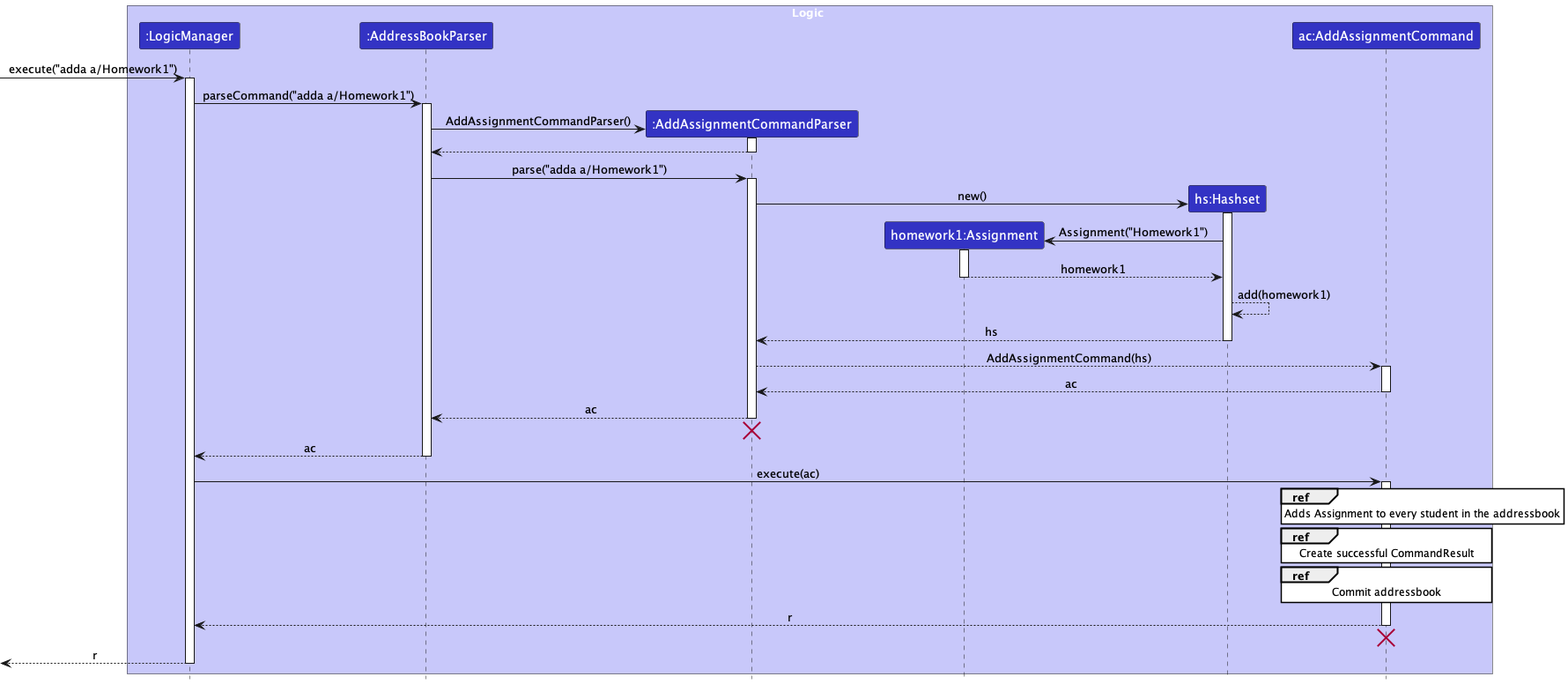
shamesjen/tp keeps this PlantUML diagram as docs/assets/dg/AddAssignmentSequenceDiagram.png. Above is the earlier version. Source of this version:
```plantuml
@startuml
!include style.puml
skinparam ArrowFontStyle plain
skinparam sequenceReferenceBackgroundColor white

box Logic LOGIC_COLOR_T1
participant ":LogicManager" as LogicManager LOGIC_COLOR
participant ":AddressBookParser" as AddressBookParser LOGIC_COLOR
participant ":AddAssignmentCommandParser" as AddAssignmentCommandParser LOGIC_COLOR
participant "homework1:Assignment" as Assignment LOGIC_COLOR
participant "hs:Hashset" as Hashset LOGIC_COLOR
participant "ac:AddAssignmentCommand" as AddAssignmentCommand LOGIC_COLOR
end box

[-> LogicManager : execute("adda a/Homework1")
activate LogicManager

LogicManager -> AddressBookParser : parseCommand("adda a/Homework1")
activate AddressBookParser

create AddAssignmentCommandParser
AddressBookParser -> AddAssignmentCommandParser : AddAssignmentCommandParser()
activate AddAssignmentCommandParser

AddAssignmentCommandParser --> AddressBookParser
deactivate AddAssignmentCommandParser

AddressBookParser -> AddAssignmentCommandParser : parse("adda a/Homework1")
activate AddAssignmentCommandParser

create Hashset
AddAssignmentCommandParser -> Hashset : new()
activate Hashset

create Assignment
Hashset -> Assignment : Assignment("Homework1")
activate Assignment
Assignment --> Hashset : homework1
deactivate Assignment

Hashset --> Hashset : add(homework1)
Hashset --> AddAssignmentCommandParser : hs
deactivate Hashset


AddAssignmentCommandParser --> AddAssignmentCommand : AddAssignmentCommand(hs)
activate AddAssignmentCommand
AddAssignmentCommand --> AddAssignmentCommandParser : ac
deactivate AddAssignmentCommand


AddAssignmentCommandParser --> AddressBookParser : ac
deactivate AddAssignmentCommandParser
AddAssignmentCommandParser -[hidden]-> AddressBookParser
destroy AddAssignmentCommandParser

AddressBookParser --> LogicManager : ac
deactivate AddressBookParser

LogicManager -> AddAssignmentCommand : execute(ac)
activate AddAssignmentCommand

ref over AddAssignmentCommand : Adds Assignment to every student in the addressbook

ref over AddAssignmentCommand : Create successful CommandResult

ref over AddAssignmentCommand : Commit addressbook

AddAssignmentCommand --> LogicManager : r
deactivate AddAssignmentCommand
AddAssignmentCommand -[hidden]-> LogicManager
destroy AddAssignmentCommand

[<--LogicManager : r
deactivate LogicManager
@enduml
```
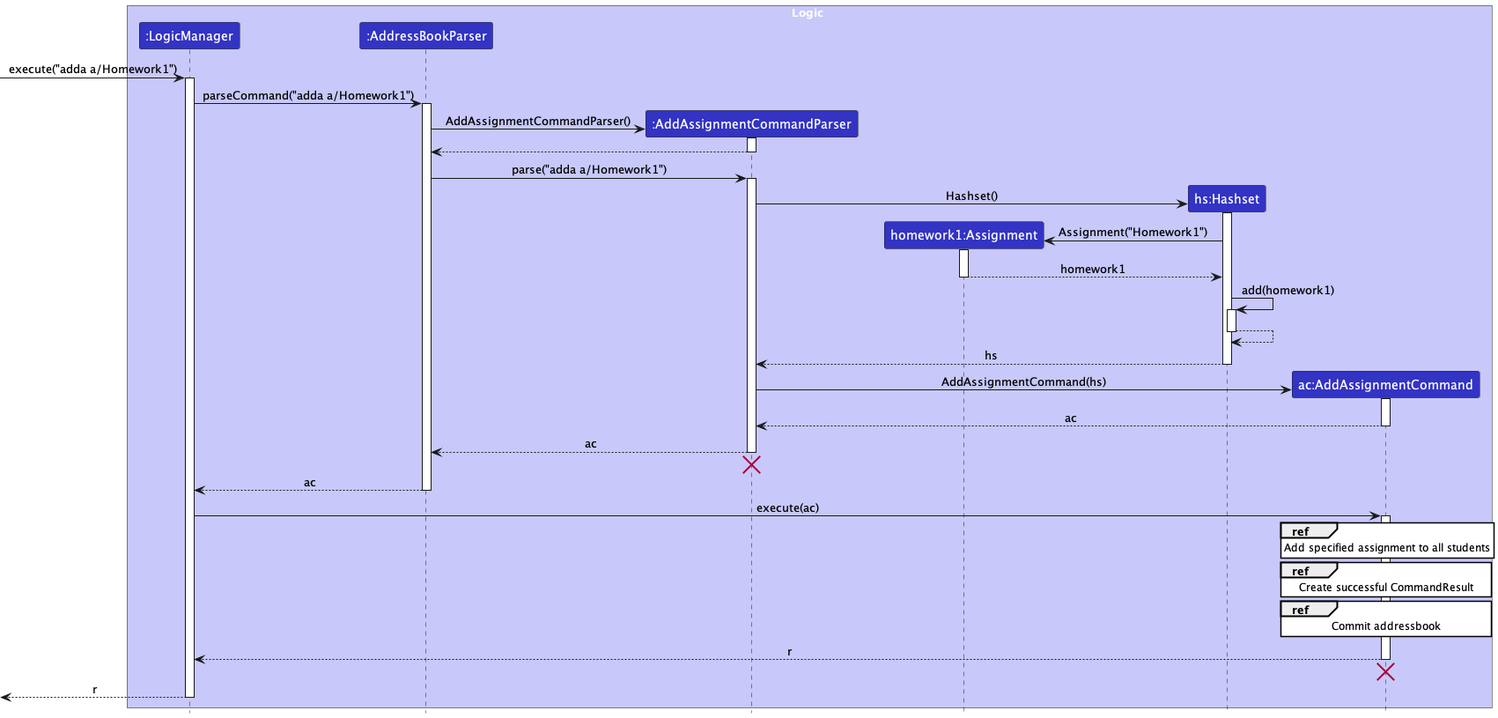
After the change.

Commit message:
DG squence diagram updates

What changed in the source:
```diff
@@ -29,21 +29,27 @@
 activate AddAssignmentCommandParser
 
 create Hashset
-AddAssignmentCommandParser -> Hashset : new()
+AddAssignmentCommandParser -> Hashset : Hashset()
 activate Hashset
 
 create Assignment
 Hashset -> Assignment : Assignment("Homework1")
+
 activate Assignment
 Assignment --> Hashset : homework1
 deactivate Assignment
 
-Hashset --> Hashset : add(homework1)
+
+Hashset -> Hashset : add(homework1)
+activate Hashset
+Hashset --> Hashset
+deactivate Hashset
+
 Hashset --> AddAssignmentCommandParser : hs
 deactivate Hashset
 
-
-AddAssignmentCommandParser --> AddAssignmentCommand : AddAssignmentCommand(hs)
+create AddAssignmentCommand
+AddAssignmentCommandParser -> AddAssignmentCommand : AddAssignmentCommand(hs)
 activate AddAssignmentCommand
 AddAssignmentCommand --> AddAssignmentCommandParser : ac
 deactivate AddAssignmentCommand
@@ -60,7 +66,7 @@
 LogicManager -> AddAssignmentCommand : execute(ac)
 activate AddAssignmentCommand
 
-ref over AddAssignmentCommand : Adds Assignment to every student in the addressbook
+ref over AddAssignmentCommand : Add specified assignment to all students
 
 ref over AddAssignmentCommand : Create successful CommandResult
 
```
